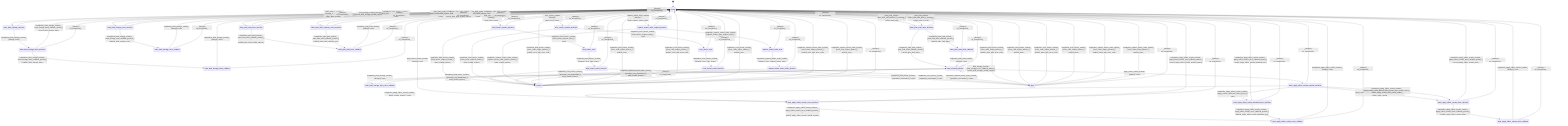
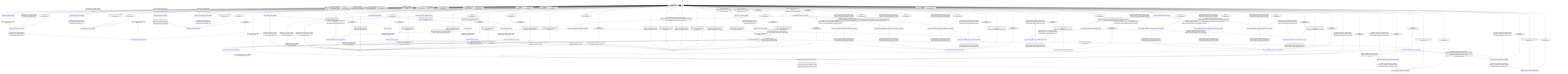
stateDiagram-v2
  direction TB
  [*] --> ready
-   ready --> state_bind_storage_decision : bind_storage_runtime [storage_bind_valid_] / effect_bind_storage_
-   ready --> state_bind_storage_error_decision : bind_storage_runtime [storage_bind_invalid_] / record_bind_storage_invalid_request_and_clear_binding_
+   ready --> state_bind_storage_decision : bind_storage_runtime [guard_storage_bind_valid_without_mmap_resident_] / effect_bind_storage_
+   ready --> state_bind_storage_error_decision : bind_storage_runtime [storage_bind_invalid_] / record_bind_storage_invalid_request_
+   ready --> state_bind_storage_error_decision : bind_storage_runtime [guard_storage_bind_valid_with_mmap_resident_] / record_bind_storage_invalid_request_
  state_bind_storage_decision --> state_bind_storage_done_decision : completion_bind_storage_runtime_ [always] / none
  state_bind_storage_done_decision --> state_bind_storage_done_callback : completion_bind_storage_runtime_ [bind_storage_done_callback_present_] / publish_bind_storage_done_
  state_bind_storage_done_decision --> ready : completion_bind_storage_runtime_ [bind_storage_done_callback_absent_] / record_bind_storage_done_
  state_bind_storage_done_callback --> ready : completion_bind_storage_runtime_ [always] / none
  state_bind_storage_error_decision --> state_bind_storage_error_callback : completion_bind_storage_runtime_ [bind_storage_error_callback_present_] / publish_bind_storage_error_
  state_bind_storage_error_decision --> ready : completion_bind_storage_runtime_ [bind_storage_error_callback_absent_] / none
  state_bind_storage_error_callback --> ready : completion_bind_storage_runtime_ [always] / none
  state_awaiting_effects --> state_bind_storage_busy_error_callback : bind_storage_runtime [bind_storage_error_callback_present_] / publish_bind_storage_error_
  state_awaiting_effects --> state_awaiting_effects : bind_storage_runtime [bind_storage_error_callback_absent_] / record_bind_storage_invalid_request_
  state_bind_storage_busy_error_callback --> state_awaiting_effects : completion_bind_storage_runtime_ [always] / none
  ready --> state_plan_load_done_decision : plan_load_runtime [plan_load_valid_without_io_strategy_] / effect_plan_load_
  ready --> state_plan_load_done_decision : plan_load_runtime [plan_load_valid_with_io_strategy_] / effect_plan_io_load_
  ready --> state_plan_load_error_decision : plan_load_runtime [plan_load_invalid_request_] / none
  ready --> state_plan_load_capacity_error_decision : plan_load_runtime [plan_load_invalid_capacity_] / none
  state_plan_load_done_decision --> state_plan_load_done_callback : completion_plan_load_runtime_ [plan_load_done_callback_present_] / publish_plan_load_done_
  state_plan_load_done_decision --> state_awaiting_effects : completion_plan_load_runtime_ [plan_load_done_callback_absent_] / record_plan_load_done_
  state_plan_load_done_callback --> state_awaiting_effects : completion_plan_load_runtime_ [always] / none
  state_plan_load_error_decision --> state_plan_load_error_callback : completion_plan_load_runtime_ [plan_load_error_callback_present_] / publish_plan_load_invalid_request_
  state_plan_load_error_decision --> ready : completion_plan_load_runtime_ [plan_load_error_callback_absent_] / record_plan_load_invalid_request_
  state_plan_load_capacity_error_decision --> state_plan_load_error_callback : completion_plan_load_runtime_ [plan_load_error_callback_present_] / publish_plan_load_capacity_error_
  state_plan_load_capacity_error_decision --> ready : completion_plan_load_runtime_ [plan_load_error_callback_absent_] / record_plan_load_capacity_error_
  state_plan_load_error_callback --> ready : completion_plan_load_runtime_ [always] / none
  state_awaiting_effects --> state_apply_effect_results_request_decision : apply_effect_results_runtime [always] / none
  state_apply_effect_results_request_decision --> state_apply_effect_results_error_decision : completion_apply_effect_results_runtime_ [apply_results_invalid_] / none
  state_apply_effect_results_request_decision --> state_apply_effect_results_backend_error_decision : completion_apply_effect_results_runtime_ [apply_results_valid_with_effect_errors_] / none
  state_apply_effect_results_request_decision --> state_apply_effect_results_done_decision : completion_apply_effect_results_runtime_ [apply_results_valid_without_effect_errors_without_record_output_] / effect_apply_results_
  state_apply_effect_results_request_decision --> state_apply_effect_results_done_decision : completion_apply_effect_results_runtime_ [apply_results_valid_without_effect_errors_with_record_output_] / effect_apply_results_with_record_output_
  ready --> state_apply_effect_results_error_decision : apply_effect_results_runtime [always] / none
  state_apply_effect_results_done_decision --> state_apply_effect_results_done_callback : completion_apply_effect_results_runtime_ [apply_effect_results_done_callback_present_] / publish_apply_effect_results_done_
  state_apply_effect_results_done_decision --> ready : completion_apply_effect_results_runtime_ [apply_effect_results_done_callback_absent_] / record_apply_effect_results_done_
  state_apply_effect_results_done_callback --> ready : completion_apply_effect_results_runtime_ [always] / none
  state_apply_effect_results_error_decision --> state_apply_effect_results_error_callback : completion_apply_effect_results_runtime_ [apply_effect_results_error_callback_present_] / publish_apply_effect_results_invalid_request_
  state_apply_effect_results_error_decision --> ready : completion_apply_effect_results_runtime_ [apply_effect_results_error_callback_absent_] / record_apply_effect_results_invalid_request_
  state_apply_effect_results_backend_error_decision --> state_apply_effect_results_error_callback : completion_apply_effect_results_runtime_ [apply_effect_results_error_callback_present_] / publish_apply_effect_results_backend_error_
  state_apply_effect_results_backend_error_decision --> ready : completion_apply_effect_results_runtime_ [apply_effect_results_error_callback_absent_] / record_apply_effect_results_backend_error_
  state_apply_effect_results_error_callback --> ready : completion_apply_effect_results_runtime_ [always] / none
  ready --> bind_tensor_request_decision : bind_tensor_runtime [always] / begin_bind_tensor_
  bind_tensor_request_decision --> bind_tensor_exec : completion_bind_tensor_runtime_ [bind_tensor_request_valid_] / none
  bind_tensor_request_decision --> errored : completion_bind_tensor_runtime_ [bind_tensor_request_invalid_] / mark_invalid_request_
  bind_tensor_exec --> bind_tensor_result_decision : completion_bind_tensor_runtime_ [always] / exec_bind_tensor_
  bind_tensor_result_decision --> done : completion_bind_tensor_runtime_ [operation_succeeded_] / none
  bind_tensor_result_decision --> errored : completion_bind_tensor_runtime_ [operation_not_dispatched_] / mark_invalid_request_
  ready --> evict_tensor_request_decision : evict_tensor_runtime [always] / begin_evict_tensor_
  evict_tensor_request_decision --> evict_tensor_exec : completion_evict_tensor_runtime_ [evict_tensor_request_valid_] / none
  evict_tensor_request_decision --> errored : completion_evict_tensor_runtime_ [evict_tensor_request_invalid_] / mark_invalid_request_
  evict_tensor_exec --> evict_tensor_result_decision : completion_evict_tensor_runtime_ [always] / exec_evict_tensor_
  evict_tensor_result_decision --> done : completion_evict_tensor_runtime_ [operation_succeeded_] / none
  evict_tensor_result_decision --> errored : completion_evict_tensor_runtime_ [operation_not_dispatched_] / mark_invalid_request_
  ready --> capture_tensor_state_request_decision : capture_tensor_state_runtime [always] / begin_capture_tensor_state_
  capture_tensor_state_request_decision --> capture_tensor_state_exec : completion_capture_tensor_state_runtime_ [capture_tensor_state_request_valid_] / none
  capture_tensor_state_request_decision --> errored : completion_capture_tensor_state_runtime_ [capture_tensor_state_request_invalid_] / mark_invalid_request_
  capture_tensor_state_exec --> capture_tensor_state_result_decision : completion_capture_tensor_state_runtime_ [always] / exec_capture_tensor_state_
  capture_tensor_state_result_decision --> done : completion_capture_tensor_state_runtime_ [operation_succeeded_] / none
  capture_tensor_state_result_decision --> errored : completion_capture_tensor_state_runtime_ [operation_not_dispatched_] / mark_invalid_request_
  done --> ready : completion_bind_tensor_runtime_ [error_code_output_present_] / publish_done_with_error_code_
  done --> ready : completion_bind_tensor_runtime_ [error_code_output_absent_] / publish_done_
  errored --> ready : completion_bind_tensor_runtime_ [error_code_output_present_] / publish_error_with_error_code_
  errored --> ready : completion_bind_tensor_runtime_ [error_code_output_absent_] / publish_error_
  done --> ready : completion_evict_tensor_runtime_ [error_code_output_present_] / publish_done_with_error_code_
  done --> ready : completion_evict_tensor_runtime_ [error_code_output_absent_] / publish_done_
  errored --> ready : completion_evict_tensor_runtime_ [error_code_output_present_] / publish_error_with_error_code_
  errored --> ready : completion_evict_tensor_runtime_ [error_code_output_absent_] / publish_error_
  done --> ready : completion_capture_tensor_state_runtime_ [error_code_output_present_] / publish_done_with_error_code_
  done --> ready : completion_capture_tensor_state_runtime_ [error_code_output_absent_] / publish_done_
  errored --> ready : completion_capture_tensor_state_runtime_ [error_code_output_present_] / publish_error_with_error_code_
  errored --> ready : completion_capture_tensor_state_runtime_ [error_code_output_absent_] / publish_error_
+   ready --> state_request_mapped_load_decision : request_mapped_load_runtime [always] / effect_begin_request_mapped_load_
+   state_request_mapped_load_decision --> state_request_mapped_load_unsupported_io_mmap_error_decision : completion_request_mapped_load_runtime_ [request_mapped_load_io_mmap_absent_] / effect_mark_request_mapped_load_unsupported_io_mmap_
+   state_request_mapped_load_decision --> state_request_mapped_load_invalid_request_error_decision : completion_request_mapped_load_runtime_ [request_mapped_load_io_mmap_present_request_invalid_] / effect_mark_request_mapped_load_invalid_request_
+   state_request_mapped_load_decision --> state_request_mapped_load_already_resident_error_decision : completion_request_mapped_load_runtime_ [request_mapped_load_io_mmap_present_request_valid_already_resident_] / effect_mark_request_mapped_load_tensor_already_resident_
+   state_request_mapped_load_decision --> state_request_mapped_load_dispatch_decision : completion_request_mapped_load_runtime_ [request_mapped_load_io_mmap_present_request_valid_tensor_unbound_] / effect_attempt_request_mapped_load_dispatch_
+   state_request_mapped_load_dispatch_decision --> state_request_mapped_load_done_callback : completion_request_mapped_load_runtime_ [request_mapped_load_io_mmap_succeeded_] / effect_commit_request_mapped_load_
+   state_request_mapped_load_dispatch_decision --> state_request_mapped_load_io_mmap_error_decision : completion_request_mapped_load_runtime_ [request_mapped_load_io_mmap_failed_] / effect_mark_request_mapped_load_io_mmap_failed_
+   state_request_mapped_load_done_callback --> ready : completion_request_mapped_load_runtime_ [always] / effect_publish_request_mapped_load_done_
+   state_request_mapped_load_invalid_request_error_decision --> state_request_mapped_load_error_callback : completion_request_mapped_load_runtime_ [request_mapped_load_error_callback_present_] / effect_publish_request_mapped_load_error_
+   state_request_mapped_load_invalid_request_error_decision --> ready : completion_request_mapped_load_runtime_ [request_mapped_load_error_callback_absent_] / effect_record_request_mapped_load_error_
+   state_request_mapped_load_unsupported_io_mmap_error_decision --> state_request_mapped_load_error_callback : completion_request_mapped_load_runtime_ [request_mapped_load_error_callback_present_] / effect_publish_request_mapped_load_error_
+   state_request_mapped_load_unsupported_io_mmap_error_decision --> ready : completion_request_mapped_load_runtime_ [request_mapped_load_error_callback_absent_] / effect_record_request_mapped_load_error_
+   state_request_mapped_load_already_resident_error_decision --> state_request_mapped_load_error_callback : completion_request_mapped_load_runtime_ [request_mapped_load_error_callback_present_] / effect_publish_request_mapped_load_error_
+   state_request_mapped_load_already_resident_error_decision --> ready : completion_request_mapped_load_runtime_ [request_mapped_load_error_callback_absent_] / effect_record_request_mapped_load_error_
+   state_request_mapped_load_io_mmap_error_decision --> state_request_mapped_load_error_callback : completion_request_mapped_load_runtime_ [request_mapped_load_error_callback_present_] / effect_publish_request_mapped_load_error_
+   state_request_mapped_load_io_mmap_error_decision --> ready : completion_request_mapped_load_runtime_ [request_mapped_load_error_callback_absent_] / effect_record_request_mapped_load_error_
+   state_request_mapped_load_error_callback --> ready : completion_request_mapped_load_runtime_ [always] / effect_record_request_mapped_load_error_
+   ready --> state_release_mapped_load_decision : release_mapped_load_runtime [always] / effect_begin_release_mapped_load_
+   state_release_mapped_load_decision --> state_release_mapped_load_unsupported_io_mmap_error_decision : completion_release_mapped_load_runtime_ [release_mapped_load_io_mmap_absent_] / effect_mark_release_mapped_load_unsupported_io_mmap_
+   state_release_mapped_load_decision --> state_release_mapped_load_invalid_request_error_decision : completion_release_mapped_load_runtime_ [release_mapped_load_io_mmap_present_request_invalid_] / effect_mark_release_mapped_load_invalid_request_
+   state_release_mapped_load_decision --> state_release_mapped_load_handle_absent_error_decision : completion_release_mapped_load_runtime_ [release_mapped_load_io_mmap_present_request_valid_handle_absent_] / effect_mark_release_mapped_load_handle_absent_
+   state_release_mapped_load_decision --> state_release_mapped_load_dispatch_decision : completion_release_mapped_load_runtime_ [release_mapped_load_io_mmap_present_request_valid_handle_present_] / effect_attempt_release_mapped_load_dispatch_
+   state_release_mapped_load_dispatch_decision --> state_release_mapped_load_publish_done_decision : completion_release_mapped_load_runtime_ [release_mapped_load_io_mmap_succeeded_] / effect_commit_release_mapped_load_
+   state_release_mapped_load_dispatch_decision --> state_release_mapped_load_io_mmap_error_decision : completion_release_mapped_load_runtime_ [release_mapped_load_io_mmap_failed_] / effect_mark_release_mapped_load_io_mmap_failed_
+   state_release_mapped_load_publish_done_decision --> state_release_mapped_load_done_callback : completion_release_mapped_load_runtime_ [release_mapped_load_done_callback_present_] / effect_publish_release_mapped_load_done_
+   state_release_mapped_load_publish_done_decision --> ready : completion_release_mapped_load_runtime_ [release_mapped_load_done_callback_absent_] / effect_record_release_mapped_load_done_
+   state_release_mapped_load_done_callback --> ready : completion_release_mapped_load_runtime_ [always] / effect_record_release_mapped_load_done_
+   state_release_mapped_load_invalid_request_error_decision --> state_release_mapped_load_error_callback : completion_release_mapped_load_runtime_ [release_mapped_load_error_callback_present_] / effect_publish_release_mapped_load_error_
+   state_release_mapped_load_invalid_request_error_decision --> ready : completion_release_mapped_load_runtime_ [release_mapped_load_error_callback_absent_] / effect_record_release_mapped_load_error_
+   state_release_mapped_load_unsupported_io_mmap_error_decision --> state_release_mapped_load_error_callback : completion_release_mapped_load_runtime_ [release_mapped_load_error_callback_present_] / effect_publish_release_mapped_load_error_
+   state_release_mapped_load_unsupported_io_mmap_error_decision --> ready : completion_release_mapped_load_runtime_ [release_mapped_load_error_callback_absent_] / effect_record_release_mapped_load_error_
+   state_release_mapped_load_handle_absent_error_decision --> state_release_mapped_load_error_callback : completion_release_mapped_load_runtime_ [release_mapped_load_error_callback_present_] / effect_publish_release_mapped_load_error_
+   state_release_mapped_load_handle_absent_error_decision --> ready : completion_release_mapped_load_runtime_ [release_mapped_load_error_callback_absent_] / effect_record_release_mapped_load_error_
+   state_release_mapped_load_io_mmap_error_decision --> state_release_mapped_load_error_callback : completion_release_mapped_load_runtime_ [release_mapped_load_error_callback_present_] / effect_publish_release_mapped_load_error_
+   state_release_mapped_load_io_mmap_error_decision --> ready : completion_release_mapped_load_runtime_ [release_mapped_load_error_callback_absent_] / effect_record_release_mapped_load_error_
+   state_release_mapped_load_error_callback --> ready : completion_release_mapped_load_runtime_ [always] / effect_record_release_mapped_load_error_
  ready --> ready : _ [always] / on_unexpected_
  state_bind_storage_decision --> ready : _ [always] / on_unexpected_
  state_bind_storage_done_decision --> ready : _ [always] / on_unexpected_
  state_bind_storage_done_callback --> ready : _ [always] / on_unexpected_
  state_bind_storage_error_decision --> ready : _ [always] / on_unexpected_
  state_bind_storage_error_callback --> ready : _ [always] / on_unexpected_
  state_bind_storage_busy_error_callback --> state_awaiting_effects : _ [always] / on_unexpected_
  state_plan_load_done_decision --> ready : _ [always] / on_unexpected_
  state_plan_load_done_callback --> ready : _ [always] / on_unexpected_
  state_plan_load_error_decision --> ready : _ [always] / on_unexpected_
  state_plan_load_capacity_error_decision --> ready : _ [always] / on_unexpected_
  state_plan_load_error_callback --> ready : _ [always] / on_unexpected_
  state_awaiting_effects --> ready : _ [always] / on_unexpected_
  state_apply_effect_results_request_decision --> ready : _ [always] / on_unexpected_
  state_apply_effect_results_done_decision --> ready : _ [always] / on_unexpected_
  state_apply_effect_results_done_callback --> ready : _ [always] / on_unexpected_
  state_apply_effect_results_error_decision --> ready : _ [always] / on_unexpected_
  state_apply_effect_results_backend_error_decision --> ready : _ [always] / on_unexpected_
  state_apply_effect_results_error_callback --> ready : _ [always] / on_unexpected_
  bind_tensor_request_decision --> ready : _ [always] / on_unexpected_
  bind_tensor_exec --> ready : _ [always] / on_unexpected_
  bind_tensor_result_decision --> ready : _ [always] / on_unexpected_
  evict_tensor_request_decision --> ready : _ [always] / on_unexpected_
  evict_tensor_exec --> ready : _ [always] / on_unexpected_
  evict_tensor_result_decision --> ready : _ [always] / on_unexpected_
  capture_tensor_state_request_decision --> ready : _ [always] / on_unexpected_
  capture_tensor_state_exec --> ready : _ [always] / on_unexpected_
  capture_tensor_state_result_decision --> ready : _ [always] / on_unexpected_
  done --> ready : _ [always] / on_unexpected_
  errored --> ready : _ [always] / on_unexpected_
+   state_request_mapped_load_decision --> ready : _ [always] / on_unexpected_
+   state_request_mapped_load_dispatch_decision --> ready : _ [always] / on_unexpected_
+   state_request_mapped_load_done_callback --> ready : _ [always] / on_unexpected_
+   state_request_mapped_load_invalid_request_error_decision --> ready : _ [always] / on_unexpected_
+   state_request_mapped_load_unsupported_io_mmap_error_decision --> ready : _ [always] / on_unexpected_
+   state_request_mapped_load_already_resident_error_decision --> ready : _ [always] / on_unexpected_
+   state_request_mapped_load_io_mmap_error_decision --> ready : _ [always] / on_unexpected_
+   state_request_mapped_load_error_callback --> ready : _ [always] / on_unexpected_
+   state_release_mapped_load_decision --> ready : _ [always] / on_unexpected_
+   state_release_mapped_load_dispatch_decision --> ready : _ [always] / on_unexpected_
+   state_release_mapped_load_publish_done_decision --> ready : _ [always] / on_unexpected_
+   state_release_mapped_load_done_callback --> ready : _ [always] / on_unexpected_
+   state_release_mapped_load_invalid_request_error_decision --> ready : _ [always] / on_unexpected_
+   state_release_mapped_load_unsupported_io_mmap_error_decision --> ready : _ [always] / on_unexpected_
+   state_release_mapped_load_handle_absent_error_decision --> ready : _ [always] / on_unexpected_
+   state_release_mapped_load_io_mmap_error_decision --> ready : _ [always] / on_unexpected_
+   state_release_mapped_load_error_callback --> ready : _ [always] / on_unexpected_
